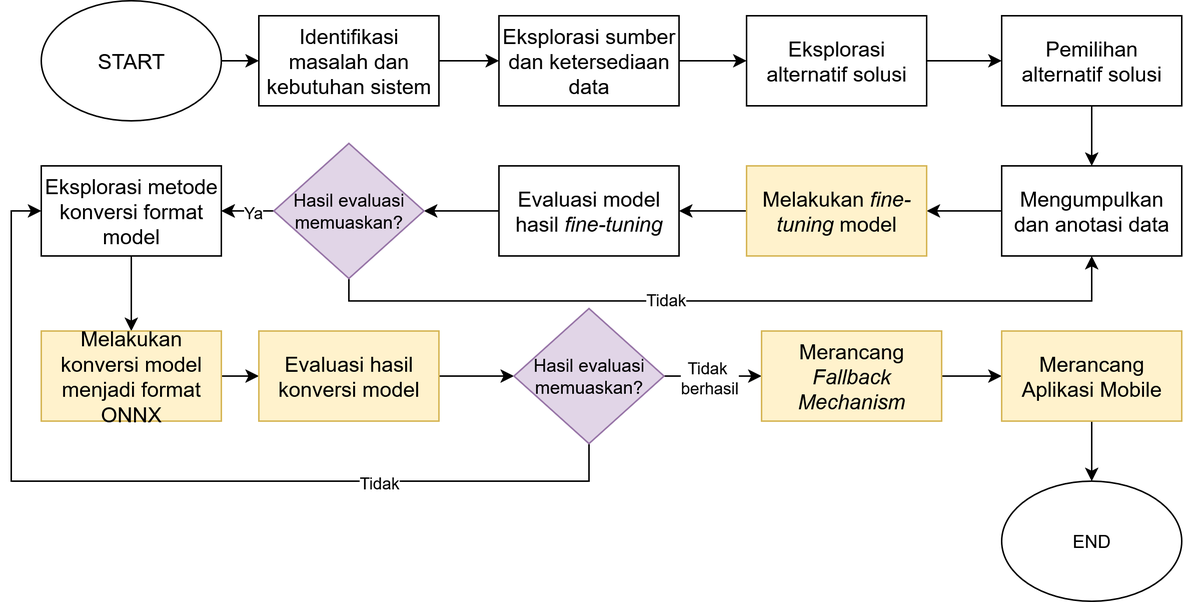
Before: src/images/design-flow.png, a diagram exported from draw.io (FYP-TrackMyBills/TA-Donut). Source tidied: cells renumbered, new cells last; positions are measured from the earlier drawing's top-left corner, leaving out a move shared by most shapes.
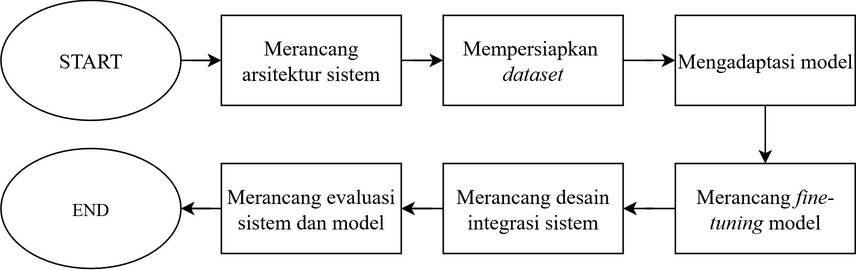
Later version of the same file.

The edit, as a diff of the source:
```diff
@@ -2,136 +2,50 @@
   <root>
     <mxCell id="0" />
     <mxCell id="1" parent="0" />
-    <mxCell id="2" style="edgeStyle=orthogonalEdgeStyle;rounded=0;jettySize=auto;html=1;" parent="1" edge="1" source="3" target="5">
+    <mxCell id="2" style="edgeStyle=orthogonalEdgeStyle;rounded=0;jettySize=auto;html=1;fontFamily=Times New Roman;" parent="1" edge="1" source="3" target="5">
       <mxGeometry relative="1" as="geometry" />
     </mxCell>
-    <mxCell id="3" value="&lt;div&gt;START&lt;/div&gt;" style="ellipse;whiteSpace=wrap;html=1;fontSize=14;" parent="1" vertex="1">
-      <mxGeometry x="20" width="120" height="80" as="geometry" />
+    <mxCell id="3" value="&lt;div&gt;START&lt;/div&gt;" style="ellipse;whiteSpace=wrap;html=1;fontSize=14;fontFamily=Times New Roman;" parent="1" vertex="1">
+      <mxGeometry x="-829.9" y="-176.2" width="120" height="80" as="geometry" />
     </mxCell>
-    <mxCell id="4" style="edgeStyle=orthogonalEdgeStyle;rounded=0;jettySize=auto;html=1;entryX=0;entryY=0.5;entryDx=0;entryDy=0;" parent="1" edge="1" source="5" target="7">
+    <mxCell id="4" style="edgeStyle=orthogonalEdgeStyle;rounded=0;jettySize=auto;html=1;entryX=0;entryY=0.5;entryDx=0;entryDy=0;fontFamily=Times New Roman;" parent="1" edge="1" source="5" target="7">
       <mxGeometry relative="1" as="geometry" />
     </mxCell>
-    <mxCell id="5" value="Identifikasi masalah dan kebutuhan sistem" style="rounded=0;whiteSpace=wrap;html=1;fontSize=14;" parent="1" vertex="1">
-      <mxGeometry x="165" y="10" width="120" height="60" as="geometry" />
+    <mxCell id="5" value="Merancang arsitektur sistem" style="rounded=0;whiteSpace=wrap;html=1;fontSize=14;fontFamily=Times New Roman;" parent="1" vertex="1">
+      <mxGeometry x="-682.9" y="-166.2" width="120" height="60" as="geometry" />
     </mxCell>
-    <mxCell id="6" style="edgeStyle=orthogonalEdgeStyle;rounded=0;jettySize=auto;html=1;entryX=0;entryY=0.5;entryDx=0;entryDy=0;" parent="1" edge="1" source="7" target="9">
+    <mxCell id="6" style="edgeStyle=orthogonalEdgeStyle;rounded=0;jettySize=auto;html=1;entryX=0;entryY=0.5;entryDx=0;entryDy=0;fontFamily=Times New Roman;" parent="1" edge="1" source="7" target="9">
       <mxGeometry relative="1" as="geometry" />
     </mxCell>
-    <mxCell id="7" value="Eksplorasi sumber dan ketersediaan data" style="rounded=0;whiteSpace=wrap;html=1;fontSize=14;" parent="1" vertex="1">
-      <mxGeometry x="325" y="10" width="120" height="60" as="geometry" />
+    <mxCell id="7" value="&lt;div&gt;Mempersiapkan&amp;nbsp;&lt;/div&gt;&lt;div&gt;&lt;i&gt;dataset&lt;/i&gt;&lt;/div&gt;" style="rounded=0;whiteSpace=wrap;html=1;fontSize=14;fontFamily=Times New Roman;" parent="1" vertex="1">
+      <mxGeometry x="-534.9" y="-166.2" width="120" height="60" as="geometry" />
     </mxCell>
-    <mxCell id="8" style="edgeStyle=orthogonalEdgeStyle;rounded=0;jettySize=auto;html=1;entryX=0;entryY=0.5;entryDx=0;entryDy=0;" parent="1" edge="1" source="9" target="11">
+    <mxCell id="8" style="edgeStyle=orthogonalEdgeStyle;rounded=0;jettySize=auto;html=1;entryX=0.5;entryY=0;entryDx=0;entryDy=0;fontFamily=Times New Roman;" parent="1" edge="1" source="9" target="11">
       <mxGeometry relative="1" as="geometry" />
     </mxCell>
-    <mxCell id="9" value="Eksplorasi alternatif solusi" style="rounded=0;whiteSpace=wrap;html=1;fontSize=14;" parent="1" vertex="1">
-      <mxGeometry x="490" y="10" width="120" height="60" as="geometry" />
+    <mxCell id="9" value="Mengadaptasi model" style="rounded=0;whiteSpace=wrap;html=1;fontSize=14;fontFamily=Times New Roman;" parent="1" vertex="1">
+      <mxGeometry x="-380" y="-166.2" width="120" height="60" as="geometry" />
     </mxCell>
-    <mxCell id="10" style="edgeStyle=orthogonalEdgeStyle;rounded=0;jettySize=auto;html=1;entryX=0.5;entryY=0;entryDx=0;entryDy=0;" parent="1" edge="1" source="11" target="13">
+    <mxCell id="10" style="edgeStyle=orthogonalEdgeStyle;rounded=0;jettySize=auto;html=1;fontFamily=Times New Roman;" parent="1" edge="1" source="11" target="13">
       <mxGeometry relative="1" as="geometry" />
     </mxCell>
-    <mxCell id="11" value="Pemilihan alternatif solusi" style="rounded=0;whiteSpace=wrap;html=1;fontSize=14;" parent="1" vertex="1">
-      <mxGeometry x="660" y="10" width="120" height="60" as="geometry" />
+    <mxCell id="11" value="Merancang&amp;nbsp;&lt;i&gt;fine-tuning&lt;/i&gt;&amp;nbsp;model" style="rounded=0;whiteSpace=wrap;html=1;fontSize=14;fontFamily=Times New Roman;" parent="1" vertex="1">
+      <mxGeometry x="-380" y="-67.5" width="120" height="60" as="geometry" />
     </mxCell>
-    <mxCell id="12" style="edgeStyle=orthogonalEdgeStyle;rounded=0;jettySize=auto;html=1;" parent="1" edge="1" source="13" target="15">
+    <mxCell id="12" style="edgeStyle=orthogonalEdgeStyle;rounded=0;jettySize=auto;html=1;fontFamily=Times New Roman;" parent="1" edge="1" source="13" target="15">
       <mxGeometry relative="1" as="geometry" />
     </mxCell>
-    <mxCell id="13" value="Mengumpulkan dan anotasi data" style="rounded=0;whiteSpace=wrap;html=1;fontSize=14;" parent="1" vertex="1">
-      <mxGeometry x="660" y="110" width="120" height="60" as="geometry" />
+    <mxCell id="13" value="Merancang desain integrasi sistem" style="rounded=0;whiteSpace=wrap;html=1;fontSize=14;fontFamily=Times New Roman;" parent="1" vertex="1">
+      <mxGeometry x="-534.9" y="-67.5" width="120" height="60" as="geometry" />
     </mxCell>
-    <mxCell id="14" style="edgeStyle=orthogonalEdgeStyle;rounded=0;jettySize=auto;html=1;" parent="1" edge="1" source="15" target="17">
+    <mxCell id="14" style="edgeStyle=orthogonalEdgeStyle;rounded=0;jettySize=auto;html=1;fontFamily=Times New Roman;" parent="1" edge="1" source="15" target="16">
       <mxGeometry relative="1" as="geometry" />
     </mxCell>
-    <mxCell id="15" value="Melakukan &lt;i&gt;fine-tuning&lt;/i&gt; model" style="rounded=0;whiteSpace=wrap;html=1;fillColor=#fff2cc;strokeColor=#d6b656;fontSize=14;" parent="1" vertex="1">
-      <mxGeometry x="490" y="110" width="120" height="60" as="geometry" />
+    <mxCell id="15" value="Merancang evaluasi sistem dan model" style="rounded=0;whiteSpace=wrap;html=1;fontSize=14;fontFamily=Times New Roman;" parent="1" vertex="1">
+      <mxGeometry x="-682.9" y="-67.5" width="120" height="60" as="geometry" />
     </mxCell>
-    <mxCell id="16" style="edgeStyle=orthogonalEdgeStyle;rounded=0;jettySize=auto;html=1;" parent="1" edge="1" source="17" target="23">
-      <mxGeometry relative="1" as="geometry" />
+    <mxCell id="16" value="END" style="ellipse;whiteSpace=wrap;html=1;fontFamily=Times New Roman;" parent="1" vertex="1">
+      <mxGeometry x="-829.9" y="-77.5" width="120" height="80" as="geometry" />
     </mxCell>
-    <mxCell id="17" value="Evaluasi model hasil &lt;i&gt;fine-tuning&lt;/i&gt;" style="rounded=0;whiteSpace=wrap;html=1;fontSize=14;" parent="1" vertex="1">
-      <mxGeometry x="325" y="110" width="120" height="60" as="geometry" />
-    </mxCell>
-    <mxCell id="18" style="edgeStyle=orthogonalEdgeStyle;rounded=0;jettySize=auto;html=1;entryX=0.5;entryY=1;entryDx=0;entryDy=0;" parent="1" edge="1" source="23" target="13">
-      <mxGeometry relative="1" as="geometry">
-        <Array as="points">
-          <mxPoint x="225" y="200" />
-          <mxPoint x="720" y="200" />
-        </Array>
-      </mxGeometry>
-    </mxCell>
-    <mxCell id="19" value="Tidak" style="edgeLabel;html=1;align=center;verticalAlign=middle;" parent="18" vertex="1">
-      <mxGeometry x="-0.17" y="2" relative="1" as="geometry" />
-    </mxCell>
-    <mxCell id="20" style="edgeStyle=orthogonalEdgeStyle;rounded=0;jettySize=auto;html=1;" parent="1" edge="1" source="23" target="25">
-      <mxGeometry relative="1" as="geometry" />
-    </mxCell>
-    <mxCell id="21" style="edgeStyle=orthogonalEdgeStyle;rounded=0;jettySize=auto;html=1;" parent="1" edge="1" source="23" target="25">
-      <mxGeometry relative="1" as="geometry" />
-    </mxCell>
-    <mxCell id="22" value="Ya" style="edgeLabel;html=1;align=center;verticalAlign=middle;" parent="21" vertex="1">
-      <mxGeometry x="0.13" y="3" relative="1" as="geometry">
-        <mxPoint x="1" y="-3" as="offset" />
-      </mxGeometry>
-    </mxCell>
-    <mxCell id="23" value="Hasil evaluasi memuaskan?" style="rhombus;whiteSpace=wrap;html=1;fillColor=#e1d5e7;strokeColor=#9673a6;" parent="1" vertex="1">
-      <mxGeometry x="175" y="95" width="100" height="90" as="geometry" />
-    </mxCell>
-    <mxCell id="24" style="edgeStyle=orthogonalEdgeStyle;rounded=0;jettySize=auto;html=1;entryX=0.5;entryY=0;entryDx=0;entryDy=0;" parent="1" edge="1" source="25" target="27">
-      <mxGeometry relative="1" as="geometry" />
-    </mxCell>
-    <mxCell id="25" value="Eksplorasi metode konversi format model" style="rounded=0;whiteSpace=wrap;html=1;fontSize=14;" parent="1" vertex="1">
-      <mxGeometry x="20" y="110" width="120" height="60" as="geometry" />
-    </mxCell>
-    <mxCell id="26" style="edgeStyle=orthogonalEdgeStyle;rounded=0;jettySize=auto;html=1;entryX=0;entryY=0.5;entryDx=0;entryDy=0;" parent="1" edge="1" source="27" target="29">
-      <mxGeometry relative="1" as="geometry" />
-    </mxCell>
-    <mxCell id="27" value="Melakukan konversi model menjadi format ONNX" style="rounded=0;whiteSpace=wrap;html=1;fillColor=#fff2cc;strokeColor=#d6b656;fontSize=14;" parent="1" vertex="1">
-      <mxGeometry x="20" y="220" width="120" height="60" as="geometry" />
-    </mxCell>
-    <mxCell id="28" style="edgeStyle=orthogonalEdgeStyle;rounded=0;jettySize=auto;html=1;entryX=0;entryY=0.5;entryDx=0;entryDy=0;" parent="1" edge="1" source="29" target="34">
-      <mxGeometry relative="1" as="geometry" />
-    </mxCell>
-    <mxCell id="29" value="Evaluasi hasil konversi model" style="rounded=0;whiteSpace=wrap;html=1;fillColor=#fff2cc;strokeColor=#d6b656;fontSize=14;" parent="1" vertex="1">
-      <mxGeometry x="165" y="220" width="120" height="60" as="geometry" />
-    </mxCell>
-    <mxCell id="30" style="edgeStyle=orthogonalEdgeStyle;rounded=0;jettySize=auto;html=1;entryX=0;entryY=0.5;entryDx=0;entryDy=0;" parent="1" edge="1" source="34" target="25">
-      <mxGeometry relative="1" as="geometry">
-        <Array as="points">
-          <mxPoint x="385" y="320" />
-          <mxPoint y="320" />
-          <mxPoint y="140" />
-        </Array>
-      </mxGeometry>
-    </mxCell>
-    <mxCell id="31" value="Tidak" style="edgeLabel;html=1;align=center;verticalAlign=middle;" parent="30" vertex="1">
-      <mxGeometry x="-0.5" y="3" relative="1" as="geometry">
-        <mxPoint x="-14" y="-3" as="offset" />
-      </mxGeometry>
-    </mxCell>
-    <mxCell id="32" style="edgeStyle=orthogonalEdgeStyle;rounded=0;jettySize=auto;html=1;entryX=0;entryY=0.5;entryDx=0;entryDy=0;" parent="1" edge="1" source="34" target="36">
-      <mxGeometry relative="1" as="geometry" />
-    </mxCell>
-    <mxCell id="33" value="Tidak&amp;nbsp;&lt;br&gt;berhasil" style="edgeLabel;html=1;align=center;verticalAlign=middle;" parent="32" vertex="1">
-      <mxGeometry x="0.12" y="-2" relative="1" as="geometry">
-        <mxPoint x="-6" y="-2" as="offset" />
-      </mxGeometry>
-    </mxCell>
-    <mxCell id="34" value="Hasil evaluasi memuaskan?" style="rhombus;whiteSpace=wrap;html=1;fillColor=#e1d5e7;strokeColor=#9673a6;" parent="1" vertex="1">
-      <mxGeometry x="335" y="205" width="100" height="90" as="geometry" />
-    </mxCell>
-    <mxCell id="35" style="edgeStyle=orthogonalEdgeStyle;rounded=0;jettySize=auto;html=1;entryX=0;entryY=0.5;entryDx=0;entryDy=0;" parent="1" edge="1" source="36" target="38">
-      <mxGeometry relative="1" as="geometry" />
-    </mxCell>
-    <mxCell id="36" value="Merancang &lt;i&gt;Fallback Mechanism&lt;/i&gt;" style="rounded=0;whiteSpace=wrap;html=1;fillColor=#fff2cc;strokeColor=#d6b656;fontSize=14;" parent="1" vertex="1">
-      <mxGeometry x="500" y="220" width="120" height="60" as="geometry" />
-    </mxCell>
-    <mxCell id="37" style="edgeStyle=orthogonalEdgeStyle;rounded=0;jettySize=auto;html=1;entryX=0.5;entryY=0;entryDx=0;entryDy=0;" parent="1" edge="1" source="38" target="39">
-      <mxGeometry relative="1" as="geometry" />
-    </mxCell>
-    <mxCell id="38" value="Merancang Aplikasi Mobile" style="rounded=0;whiteSpace=wrap;html=1;fillColor=#fff2cc;strokeColor=#d6b656;fontSize=14;" parent="1" vertex="1">
-      <mxGeometry x="660" y="220" width="120" height="60" as="geometry" />
-    </mxCell>
-    <mxCell id="39" value="END" style="ellipse;whiteSpace=wrap;html=1;" parent="1" vertex="1">
-      <mxGeometry x="660" y="320" width="120" height="80" as="geometry" />
-    </mxCell>
   </root>
 </mxGraphModel>
```
